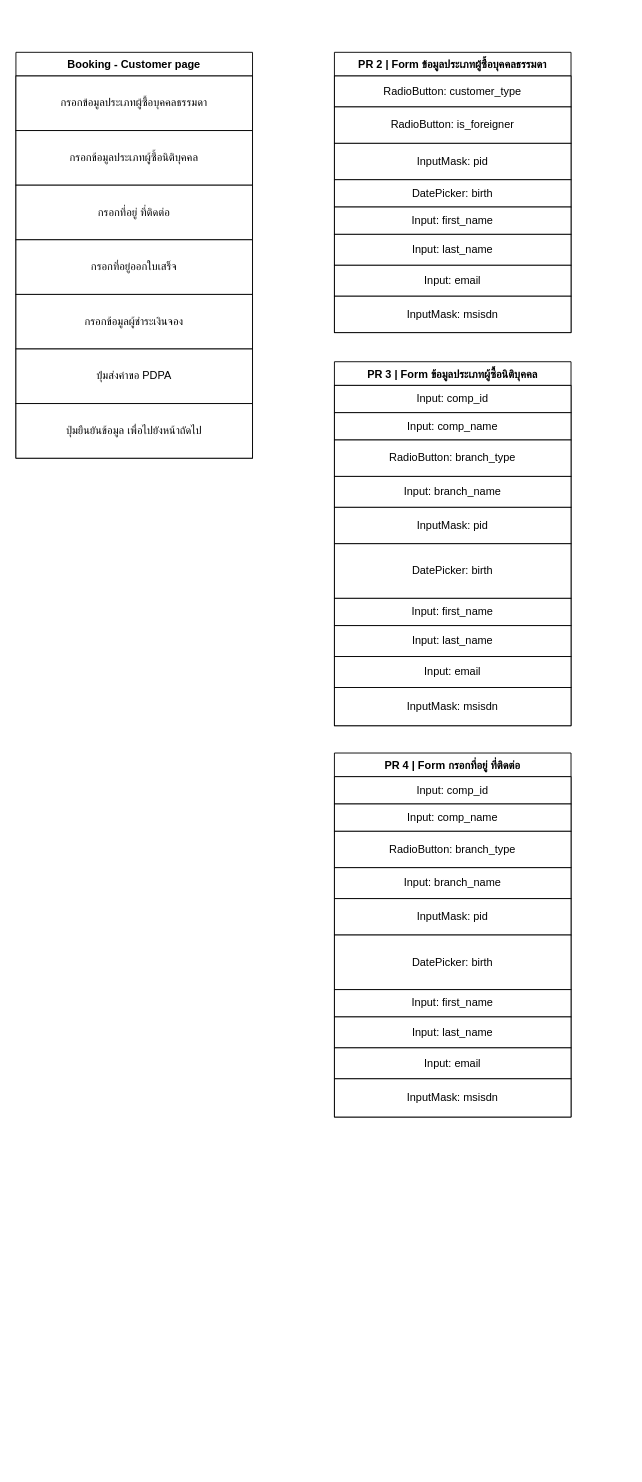
peapong/draw.io-diagrams keeps this draw.io diagram as booking-customer-Frontend.drawio. Above is the earlier version. Source tidied: cells renumbered, new cells numbered last; positions are measured from the earlier drawing's top-left corner, leaving out a move shared by most shapes. Both pictures are drawn from the tidied source at 91%, with x=0, y=0 at pixel (15, 52).
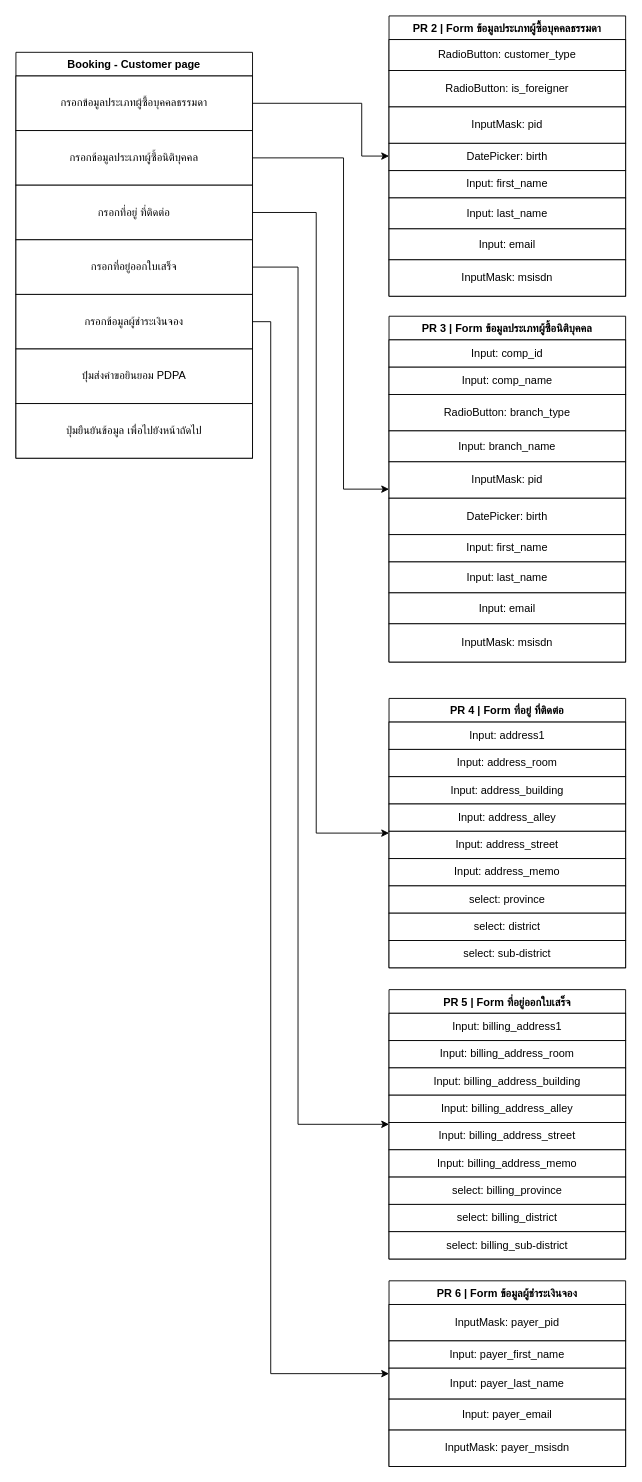
After the change.

The change refers to these unchanged cells:
```xml
<mxCell id="2" value="Booking - Customer page" style="swimlane;fontStyle=1;align=center;verticalAlign=top;horizontal=1;startSize=26;rounded=0;shadow=0;strokeWidth=1;" parent="1" vertex="1">
  <mxGeometry width="260" height="446" as="geometry" />
</mxCell>
<mxCell id="3" value="กรอกข้อมูลประเภทผู้ซื้อบุคคลธรรมดา" style="rounded=0;whiteSpace=wrap;html=1;" parent="2" vertex="1">
  <mxGeometry y="26" width="260" height="60" as="geometry" />
</mxCell>
<mxCell id="4" value="กรอกข้อมูลประเภทผู้ซื้อนิติบุคคล" style="rounded=0;whiteSpace=wrap;html=1;" parent="2" vertex="1">
  <mxGeometry y="86" width="260" height="60" as="geometry" />
</mxCell>
<mxCell id="5" value="กรอกที่อยู่ ที่ติดต่อ" style="rounded=0;whiteSpace=wrap;html=1;" parent="2" vertex="1">
  <mxGeometry y="146" width="260" height="60" as="geometry" />
</mxCell>
<mxCell id="6" value="กรอกที่อยู่ออกใบเสร็จ" style="rounded=0;whiteSpace=wrap;html=1;" parent="2" vertex="1">
  <mxGeometry y="206" width="260" height="60" as="geometry" />
</mxCell>
<mxCell id="7" value="กรอกข้อมูลผู้ชำระเงินจอง" style="rounded=0;whiteSpace=wrap;html=1;" parent="2" vertex="1">
  <mxGeometry y="266" width="260" height="60" as="geometry" />
</mxCell>
```

Change to the diagram source:
```diff
@@
-    <mxCell id="8" value="ปุ่มส่งคำขอ PDPA" style="rounded=0;whiteSpace=wrap;html=1;" parent="2" vertex="1">
+    <mxCell id="8" value="ปุ่มส่งคำขอยินยอม PDPA" style="rounded=0;whiteSpace=wrap;html=1;" parent="2" vertex="1">
       <mxGeometry y="326" width="260" height="60" as="geometry" />
     </mxCell>
@@
     <mxCell id="10" value="PR 2 | Form ข้อมูลประเภทผู้ซื้อบุคคลธรรมดา" style="swimlane;fontStyle=1;align=center;verticalAlign=top;horizontal=1;startSize=26;rounded=0;shadow=0;strokeWidth=1;" parent="1" vertex="1">
-      <mxGeometry x="350" width="260" height="308" as="geometry" />
+      <mxGeometry x="410" y="-40" width="260" height="308" as="geometry" />
     </mxCell>
@@
     <mxCell id="19" value="PR 3 | Form ข้อมูลประเภทผู้ซื้อนิติบุคคล" style="swimlane;fontStyle=1;align=center;verticalAlign=top;horizontal=1;startSize=26;rounded=0;shadow=0;strokeWidth=1;" parent="1" vertex="1">
-      <mxGeometry x="350" y="340" width="260" height="400" as="geometry" />
+      <mxGeometry x="410" y="290" width="260" height="380" as="geometry" />
     </mxCell>
@@
     <mxCell id="25" value="DatePicker: birth" style="rounded=0;whiteSpace=wrap;html=1;" parent="19" vertex="1">
-      <mxGeometry y="200" width="260" height="60" as="geometry" />
+      <mxGeometry y="200" width="260" height="40" as="geometry" />
     </mxCell>
     <mxCell id="26" value="Input: first_name" style="rounded=0;whiteSpace=wrap;html=1;" parent="19" vertex="1">
-      <mxGeometry y="260" width="260" height="30" as="geometry" />
+      <mxGeometry y="240" width="260" height="30" as="geometry" />
     </mxCell>
     <mxCell id="27" value="Input: last_name" style="rounded=0;whiteSpace=wrap;html=1;" parent="19" vertex="1">
-      <mxGeometry y="290" width="260" height="34" as="geometry" />
+      <mxGeometry y="270" width="260" height="34" as="geometry" />
     </mxCell>
     <mxCell id="28" value="Input: email" style="rounded=0;whiteSpace=wrap;html=1;" parent="19" vertex="1">
-      <mxGeometry y="324" width="260" height="34" as="geometry" />
+      <mxGeometry y="304" width="260" height="34" as="geometry" />
     </mxCell>
     <mxCell id="29" value="InputMask: msisdn" style="rounded=0;whiteSpace=wrap;html=1;" parent="19" vertex="1">
-      <mxGeometry y="358" width="260" height="42" as="geometry" />
+      <mxGeometry y="338" width="260" height="42" as="geometry" />
     </mxCell>
-    <mxCell id="30" value="PR 4 | Form กรอกที่อยู่ ที่ติดต่อ" style="swimlane;fontStyle=1;align=center;verticalAlign=top;horizontal=1;startSize=26;rounded=0;shadow=0;strokeWidth=1;" parent="1" vertex="1">
-      <mxGeometry x="350" y="770" width="260" height="400" as="geometry" />
+    <mxCell id="30" value="PR 4 | Form ที่อยู่ ที่ติดต่อ" style="swimlane;fontStyle=1;align=center;verticalAlign=top;horizontal=1;startSize=26;rounded=0;shadow=0;strokeWidth=1;" parent="1" vertex="1">
+      <mxGeometry x="410" y="710" width="260" height="296" as="geometry" />
     </mxCell>
-    <mxCell id="31" value="Input: comp_id" style="rounded=0;whiteSpace=wrap;html=1;" parent="30" vertex="1">
+    <mxCell id="31" value="Input: address1" style="rounded=0;whiteSpace=wrap;html=1;" parent="30" vertex="1">
       <mxGeometry y="26" width="260" height="30" as="geometry" />
     </mxCell>
-    <mxCell id="32" value="Input: comp_name" style="rounded=0;whiteSpace=wrap;html=1;" parent="30" vertex="1">
+    <mxCell id="32" value="Input: address_room" style="rounded=0;whiteSpace=wrap;html=1;" parent="30" vertex="1">
       <mxGeometry y="56" width="260" height="30" as="geometry" />
     </mxCell>
-    <mxCell id="33" value="RadioButton: branch_type" style="rounded=0;whiteSpace=wrap;html=1;" parent="30" vertex="1">
-      <mxGeometry y="86" width="260" height="40" as="geometry" />
-    </mxCell>
-    <mxCell id="34" value="Input: branch_name" style="rounded=0;whiteSpace=wrap;html=1;" parent="30" vertex="1">
-      <mxGeometry y="126" width="260" height="34" as="geometry" />
-    </mxCell>
-    <mxCell id="35" value="InputMask: pid" style="rounded=0;whiteSpace=wrap;html=1;" parent="30" vertex="1">
-      <mxGeometry y="160" width="260" height="40" as="geometry" />
-    </mxCell>
-    <mxCell id="36" value="DatePicker: birth" style="rounded=0;whiteSpace=wrap;html=1;" parent="30" vertex="1">
-      <mxGeometry y="200" width="260" height="60" as="geometry" />
-    </mxCell>
-    <mxCell id="37" value="Input: first_name" style="rounded=0;whiteSpace=wrap;html=1;" parent="30" vertex="1">
-      <mxGeometry y="260" width="260" height="30" as="geometry" />
-    </mxCell>
-    <mxCell id="38" value="Input: last_name" style="rounded=0;whiteSpace=wrap;html=1;" parent="30" vertex="1">
-      <mxGeometry y="290" width="260" height="34" as="geometry" />
-    </mxCell>
-    <mxCell id="39" value="Input: email" style="rounded=0;whiteSpace=wrap;html=1;" parent="30" vertex="1">
-      <mxGeometry y="324" width="260" height="34" as="geometry" />
-    </mxCell>
-    <mxCell id="40" value="InputMask: msisdn" style="rounded=0;whiteSpace=wrap;html=1;" parent="30" vertex="1">
-      <mxGeometry y="358" width="260" height="42" as="geometry" />
-    </mxCell>
+    <mxCell id="41" value="Input: address_building" style="rounded=0;whiteSpace=wrap;html=1;" parent="30" vertex="1">
+      <mxGeometry y="86" width="260" height="30" as="geometry" />
+    </mxCell>
+    <mxCell id="42" value="Input: address_alley" style="rounded=0;whiteSpace=wrap;html=1;" parent="30" vertex="1">
+      <mxGeometry y="116" width="260" height="30" as="geometry" />
+    </mxCell>
+    <mxCell id="43" value="Input: address_street" style="rounded=0;whiteSpace=wrap;html=1;" parent="30" vertex="1">
+      <mxGeometry y="146" width="260" height="30" as="geometry" />
+    </mxCell>
+    <mxCell id="44" value="Input: address_memo" style="rounded=0;whiteSpace=wrap;html=1;" parent="30" vertex="1">
+      <mxGeometry y="176" width="260" height="30" as="geometry" />
+    </mxCell>
+    <mxCell id="45" value="select: province" style="rounded=0;whiteSpace=wrap;html=1;" parent="30" vertex="1">
+      <mxGeometry y="206" width="260" height="30" as="geometry" />
+    </mxCell>
+    <mxCell id="46" value="select: district" style="rounded=0;whiteSpace=wrap;html=1;" parent="30" vertex="1">
+      <mxGeometry y="236" width="260" height="30" as="geometry" />
+    </mxCell>
+    <mxCell id="47" value="select: sub-district" style="rounded=0;whiteSpace=wrap;html=1;" parent="30" vertex="1">
+      <mxGeometry y="266" width="260" height="30" as="geometry" />
+    </mxCell>
+    <mxCell id="48" value="PR 5 | Form ที่อยู่ออกใบเสร็จ" style="swimlane;fontStyle=1;align=center;verticalAlign=top;horizontal=1;startSize=26;rounded=0;shadow=0;strokeWidth=1;" parent="1" vertex="1">
+      <mxGeometry x="410" y="1030" width="260" height="296" as="geometry" />
+    </mxCell>
+    <mxCell id="49" value="Input: billing_address1" style="rounded=0;whiteSpace=wrap;html=1;" parent="48" vertex="1">
+      <mxGeometry y="26" width="260" height="30" as="geometry" />
+    </mxCell>
+    <mxCell id="50" value="Input: billing_address_room" style="rounded=0;whiteSpace=wrap;html=1;" parent="48" vertex="1">
+      <mxGeometry y="56" width="260" height="30" as="geometry" />
+    </mxCell>
+    <mxCell id="51" value="Input: billing_address_building" style="rounded=0;whiteSpace=wrap;html=1;" parent="48" vertex="1">
+      <mxGeometry y="86" width="260" height="30" as="geometry" />
+    </mxCell>
+    <mxCell id="52" value="Input: billing_address_alley" style="rounded=0;whiteSpace=wrap;html=1;" parent="48" vertex="1">
+      <mxGeometry y="116" width="260" height="30" as="geometry" />
+    </mxCell>
+    <mxCell id="53" value="Input: billing_address_street" style="rounded=0;whiteSpace=wrap;html=1;" parent="48" vertex="1">
+      <mxGeometry y="146" width="260" height="30" as="geometry" />
+    </mxCell>
+    <mxCell id="54" value="Input: billing_address_memo" style="rounded=0;whiteSpace=wrap;html=1;" parent="48" vertex="1">
+      <mxGeometry y="176" width="260" height="30" as="geometry" />
+    </mxCell>
+    <mxCell id="55" value="select: billing_province" style="rounded=0;whiteSpace=wrap;html=1;" parent="48" vertex="1">
+      <mxGeometry y="206" width="260" height="30" as="geometry" />
+    </mxCell>
+    <mxCell id="56" value="select: billing_district" style="rounded=0;whiteSpace=wrap;html=1;" parent="48" vertex="1">
+      <mxGeometry y="236" width="260" height="30" as="geometry" />
+    </mxCell>
+    <mxCell id="57" value="select: billing_sub-district" style="rounded=0;whiteSpace=wrap;html=1;" parent="48" vertex="1">
+      <mxGeometry y="266" width="260" height="30" as="geometry" />
+    </mxCell>
+    <mxCell id="58" value="PR 6 | Form ข้อมูลผู้ชำระเงินจอง" style="swimlane;fontStyle=1;align=center;verticalAlign=top;horizontal=1;startSize=26;rounded=0;shadow=0;strokeWidth=1;" parent="1" vertex="1">
+      <mxGeometry x="410" y="1350" width="260" height="204" as="geometry" />
+    </mxCell>
+    <mxCell id="59" value="InputMask: payer_pid" style="rounded=0;whiteSpace=wrap;html=1;" parent="58" vertex="1">
+      <mxGeometry y="26" width="260" height="40" as="geometry" />
+    </mxCell>
+    <mxCell id="60" value="Input: payer_first_name" style="rounded=0;whiteSpace=wrap;html=1;" parent="58" vertex="1">
+      <mxGeometry y="66" width="260" height="30" as="geometry" />
+    </mxCell>
+    <mxCell id="61" value="Input: payer_last_name" style="rounded=0;whiteSpace=wrap;html=1;" parent="58" vertex="1">
+      <mxGeometry y="96" width="260" height="34" as="geometry" />
+    </mxCell>
+    <mxCell id="62" value="Input: payer_email" style="rounded=0;whiteSpace=wrap;html=1;" parent="58" vertex="1">
+      <mxGeometry y="130" width="260" height="34" as="geometry" />
+    </mxCell>
+    <mxCell id="63" value="InputMask: payer_msisdn" style="rounded=0;whiteSpace=wrap;html=1;" parent="58" vertex="1">
+      <mxGeometry y="164" width="260" height="40" as="geometry" />
+    </mxCell>
+    <mxCell id="64" style="edgeStyle=orthogonalEdgeStyle;rounded=0;jettySize=auto;html=1;exitX=1;exitY=0.5;exitDx=0;exitDy=0;" parent="1" edge="1" source="3" target="10">
+      <mxGeometry relative="1" as="geometry">
+        <Array as="points">
+          <mxPoint x="380" y="56" />
+          <mxPoint x="380" y="114" />
+        </Array>
+      </mxGeometry>
+    </mxCell>
+    <mxCell id="65" style="edgeStyle=orthogonalEdgeStyle;rounded=0;jettySize=auto;html=1;exitX=1;exitY=0.5;exitDx=0;exitDy=0;entryX=0;entryY=0.5;entryDx=0;entryDy=0;" parent="1" edge="1" source="4" target="19">
+      <mxGeometry relative="1" as="geometry">
+        <Array as="points">
+          <mxPoint x="360" y="116" />
+          <mxPoint x="360" y="480" />
+        </Array>
+      </mxGeometry>
+    </mxCell>
+    <mxCell id="66" style="edgeStyle=orthogonalEdgeStyle;rounded=0;jettySize=auto;html=1;exitX=1;exitY=0.5;exitDx=0;exitDy=0;entryX=0;entryY=0.5;entryDx=0;entryDy=0;" parent="1" edge="1" source="5" target="30">
+      <mxGeometry relative="1" as="geometry">
+        <Array as="points">
+          <mxPoint x="330" y="176" />
+          <mxPoint x="330" y="858" />
+        </Array>
+      </mxGeometry>
+    </mxCell>
+    <mxCell id="67" style="edgeStyle=orthogonalEdgeStyle;rounded=0;jettySize=auto;html=1;exitX=1;exitY=0.5;exitDx=0;exitDy=0;entryX=0;entryY=0.5;entryDx=0;entryDy=0;" parent="1" edge="1" source="6" target="48">
+      <mxGeometry relative="1" as="geometry">
+        <Array as="points">
+          <mxPoint x="310" y="236" />
+          <mxPoint x="310" y="1178" />
+        </Array>
+      </mxGeometry>
+    </mxCell>
+    <mxCell id="68" style="edgeStyle=orthogonalEdgeStyle;rounded=0;jettySize=auto;html=1;exitX=1;exitY=0.5;exitDx=0;exitDy=0;entryX=0;entryY=0.5;entryDx=0;entryDy=0;" parent="1" edge="1" source="7" target="58">
+      <mxGeometry relative="1" as="geometry">
+        <Array as="points">
+          <mxPoint x="280" y="296" />
+          <mxPoint x="280" y="1452" />
+        </Array>
+      </mxGeometry>
+    </mxCell>
```
